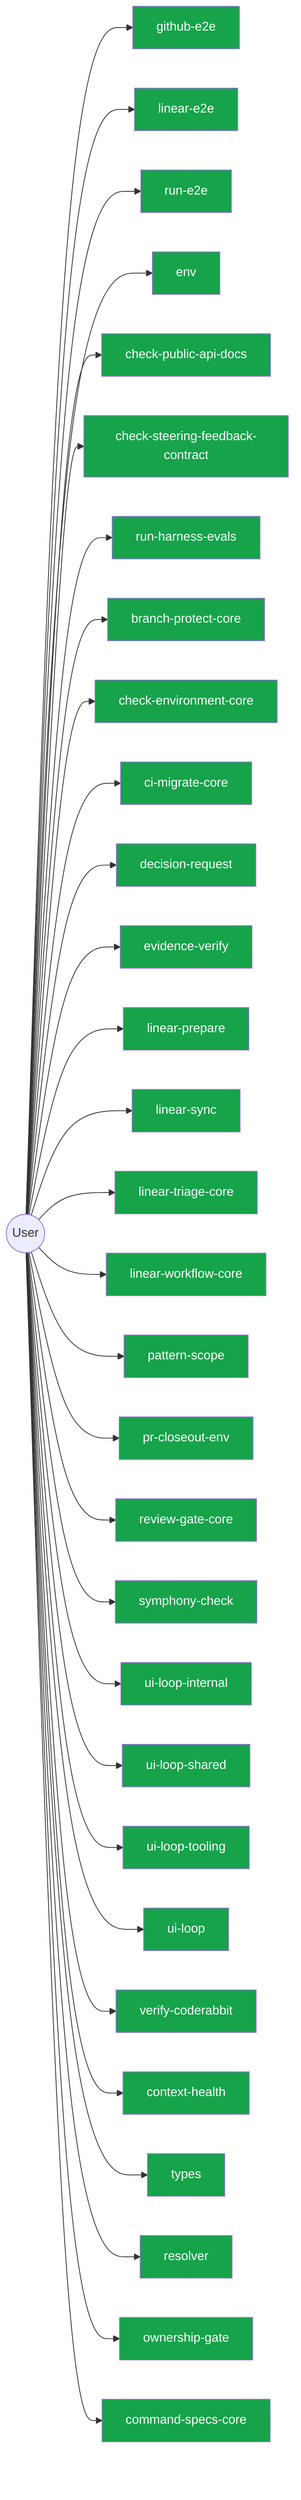
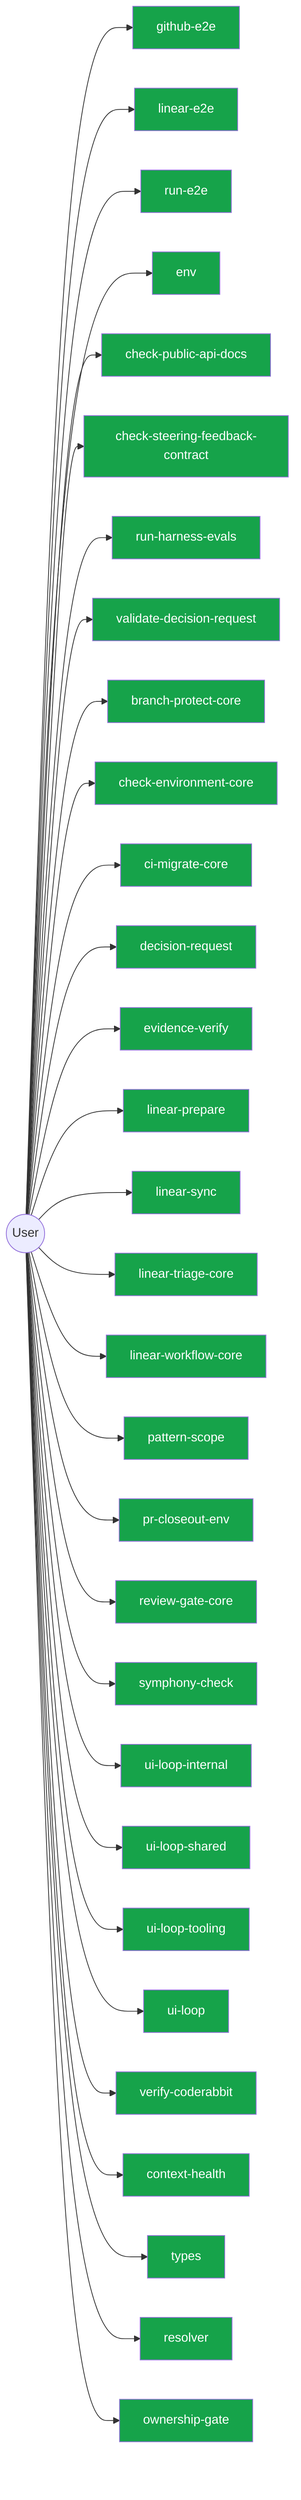
flowchart LR
  User(("User"))
  github_e2e_2891a341["github-e2e"]
  User --> github_e2e_2891a341
  linear_e2e_decf3708["linear-e2e"]
  User --> linear_e2e_decf3708
  run_e2e_39efe696["run-e2e"]
  User --> run_e2e_39efe696
  env_b77349bf["env"]
  User --> env_b77349bf
  check_public_api_docs_a9604f1b["check-public-api-docs"]
  User --> check_public_api_docs_a9604f1b
  check_steering_feedback_contract_80134459["check-steering-feedback-contract"]
  User --> check_steering_feedback_contract_80134459
  run_harness_evals_77704768["run-harness-evals"]
  User --> run_harness_evals_77704768
+   validate_decision_request_2e5c325e["validate-decision-request"]
+   User --> validate_decision_request_2e5c325e
  branch_protect_core_a8feb0fd["branch-protect-core"]
  User --> branch_protect_core_a8feb0fd
  check_environment_core_2c16213f["check-environment-core"]
  User --> check_environment_core_2c16213f
  ci_migrate_core_7005b5af["ci-migrate-core"]
  User --> ci_migrate_core_7005b5af
  decision_request_118a770d["decision-request"]
  User --> decision_request_118a770d
  evidence_verify_3b73c290["evidence-verify"]
  User --> evidence_verify_3b73c290
  linear_prepare_0c613ba6["linear-prepare"]
  User --> linear_prepare_0c613ba6
  linear_sync_a2fa2bf7["linear-sync"]
  User --> linear_sync_a2fa2bf7
  linear_triage_core_7cbca73e["linear-triage-core"]
  User --> linear_triage_core_7cbca73e
  linear_workflow_core_0e19cff4["linear-workflow-core"]
  User --> linear_workflow_core_0e19cff4
  pattern_scope_61ff946d["pattern-scope"]
  User --> pattern_scope_61ff946d
  pr_closeout_env_9bfcd9ef["pr-closeout-env"]
  User --> pr_closeout_env_9bfcd9ef
  review_gate_core_4c8001f9["review-gate-core"]
  User --> review_gate_core_4c8001f9
  symphony_check_e97f2ea0["symphony-check"]
  User --> symphony_check_e97f2ea0
  ui_loop_internal_f2eb8892["ui-loop-internal"]
  User --> ui_loop_internal_f2eb8892
  ui_loop_shared_8c83b841["ui-loop-shared"]
  User --> ui_loop_shared_8c83b841
  ui_loop_tooling_12b2d2c7["ui-loop-tooling"]
  User --> ui_loop_tooling_12b2d2c7
  ui_loop_11660889["ui-loop"]
  User --> ui_loop_11660889
  verify_coderabbit_490b4e71["verify-coderabbit"]
  User --> verify_coderabbit_490b4e71
  context_health_1_ceb11829["context-health"]
  User --> context_health_1_ceb11829
  types_1_4ecdf56e["types"]
  User --> types_1_4ecdf56e
  resolver_439c3635["resolver"]
  User --> resolver_439c3635
  ownership_gate_2e194d13["ownership-gate"]
  User --> ownership_gate_2e194d13
-   command_specs_core_1c0ffc99["command-specs-core"]
-   User --> command_specs_core_1c0ffc99
  classDef userNode fill:#16a34a,color:#fff
-   class github_e2e_2891a341,linear_e2e_decf3708,run_e2e_39efe696,env_b77349bf,check_public_api_docs_a9604f1b,check_steering_feedback_contract_80134459,run_harness_evals_77704768,branch_protect_core_a8feb0fd,check_environment_core_2c16213f,ci_migrate_core_7005b5af,decision_request_118a770d,evidence_verify_3b73c290,linear_prepare_0c613ba6,linear_sync_a2fa2bf7,linear_triage_core_7cbca73e,linear_workflow_core_0e19cff4,pattern_scope_61ff946d,pr_closeout_env_9bfcd9ef,review_gate_core_4c8001f9,symphony_check_e97f2ea0,ui_loop_internal_f2eb8892,ui_loop_shared_8c83b841,ui_loop_tooling_12b2d2c7,ui_loop_11660889,verify_coderabbit_490b4e71,context_health_1_ceb11829,types_1_4ecdf56e,resolver_439c3635,ownership_gate_2e194d13,command_specs_core_1c0ffc99 userNode
+   class github_e2e_2891a341,linear_e2e_decf3708,run_e2e_39efe696,env_b77349bf,check_public_api_docs_a9604f1b,check_steering_feedback_contract_80134459,run_harness_evals_77704768,validate_decision_request_2e5c325e,branch_protect_core_a8feb0fd,check_environment_core_2c16213f,ci_migrate_core_7005b5af,decision_request_118a770d,evidence_verify_3b73c290,linear_prepare_0c613ba6,linear_sync_a2fa2bf7,linear_triage_core_7cbca73e,linear_workflow_core_0e19cff4,pattern_scope_61ff946d,pr_closeout_env_9bfcd9ef,review_gate_core_4c8001f9,symphony_check_e97f2ea0,ui_loop_internal_f2eb8892,ui_loop_shared_8c83b841,ui_loop_tooling_12b2d2c7,ui_loop_11660889,verify_coderabbit_490b4e71,context_health_1_ceb11829,types_1_4ecdf56e,resolver_439c3635,ownership_gate_2e194d13 userNode
